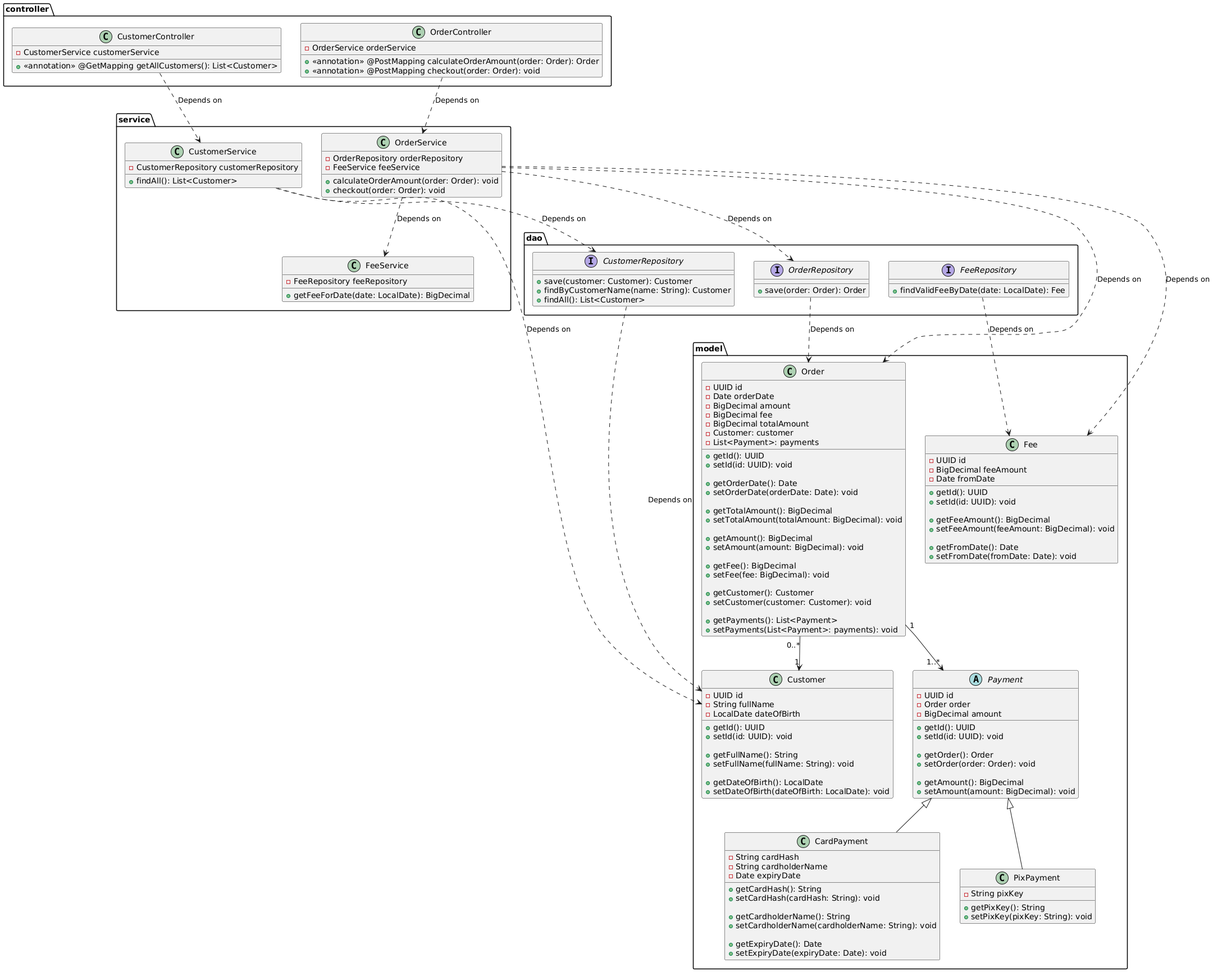
Before: payment.png, a diagram exported from PlantUML (dias-joaovictor/infnet-springapp). The source it was exported from:
```plantuml
@startuml

package model {
  class Order {
    - UUID id
    - Date orderDate
    - BigDecimal amount
    - BigDecimal fee
    - BigDecimal totalAmount
    - Customer: customer
    - List<Payment>: payments


    + getId(): UUID
    + setId(id: UUID): void

    + getOrderDate(): Date
    + setOrderDate(orderDate: Date): void

    + getTotalAmount(): BigDecimal
    + setTotalAmount(totalAmount: BigDecimal): void

    + getAmount(): BigDecimal
    + setAmount(amount: BigDecimal): void

    + getFee(): BigDecimal
    + setFee(fee: BigDecimal): void

    + getCustomer(): Customer
    + setCustomer(customer: Customer): void

    + getPayments(): List<Payment>
    + setPayments(List<Payment>: payments): void
  }

  class Customer {
    - UUID id
    - String fullName
    - LocalDate dateOfBirth


    + getId(): UUID
    + setId(id: UUID): void

    + getFullName(): String
    + setFullName(fullName: String): void

    + getDateOfBirth(): LocalDate
    + setDateOfBirth(dateOfBirth: LocalDate): void
  }

  abstract class Payment {
    - UUID id
    - Order order
    - BigDecimal amount


    + getId(): UUID
    + setId(id: UUID): void

    + getOrder(): Order
    + setOrder(order: Order): void

    + getAmount(): BigDecimal
    + setAmount(amount: BigDecimal): void
  }

  class CardPayment {
    - String cardHash
    - String cardholderName
    - Date expiryDate


    + getCardHash(): String
    + setCardHash(cardHash: String): void

    + getCardholderName(): String
    + setCardholderName(cardholderName: String): void

    + getExpiryDate(): Date
    + setExpiryDate(expiryDate: Date): void
  }

  class PixPayment {
    - String pixKey

    + getPixKey(): String
    + setPixKey(pixKey: String): void
  }

  class Fee {
    - UUID id
    - BigDecimal feeAmount
    - Date fromDate


    + getId(): UUID
    + setId(id: UUID): void

    + getFeeAmount(): BigDecimal
    + setFeeAmount(feeAmount: BigDecimal): void

    + getFromDate(): Date
    + setFromDate(fromDate: Date): void
  }

  Order "1" --> "1..*" Payment
  Order "0..*" --> "1" Customer
  Payment <|-- CardPayment
  Payment <|-- PixPayment
}

package dao {
  interface OrderRepository {
    + save(order: Order): Order
  }

  interface CustomerRepository {
    + save(customer: Customer): Customer
    + findByCustomerName(name: String): Customer
    + findAll(): List<Customer>
  }

  interface FeeRepository {
    + findValidFeeByDate(date: LocalDate): Fee
  }

  OrderRepository ..> Order : "Depends on"
  FeeRepository ..> Fee : "Depends on"
  CustomerRepository ..> Customer : "Depends on"
}

package service {

  class FeeService {
    - FeeRepository feeRepository

    + getFeeForDate(date: LocalDate): BigDecimal
  }

    class CustomerService {
    - CustomerRepository customerRepository

    + findAll(): List<Customer>
  }

  class OrderService {
    - OrderRepository orderRepository
    - FeeService feeService

    + calculateOrderAmount(order: Order): void
    + checkout(order: Order): void
  }

  OrderService ..> Order : "Depends on"
  OrderService ..> OrderRepository : "Depends on"
  OrderService ..> FeeService : "Depends on"
  OrderService ..> Fee : "Depends on"
  CustomerService ..> CustomerRepository : "Depends on"
  CustomerService ..> Customer : "Depends on"
}

package controller {
  class CustomerController{
    - CustomerService customerService

    + <<annotation>> @GetMapping getAllCustomers(): List<Customer>
  }

  class OrderController{
    - OrderService orderService

    + <<annotation>> @PostMapping calculateOrderAmount(order: Order): Order
    + <<annotation>> @PostMapping checkout(order: Order): void
  }

  OrderController ..> OrderService : "Depends on"
  CustomerController ..> CustomerService : "Depends on"
}


@enduml
```
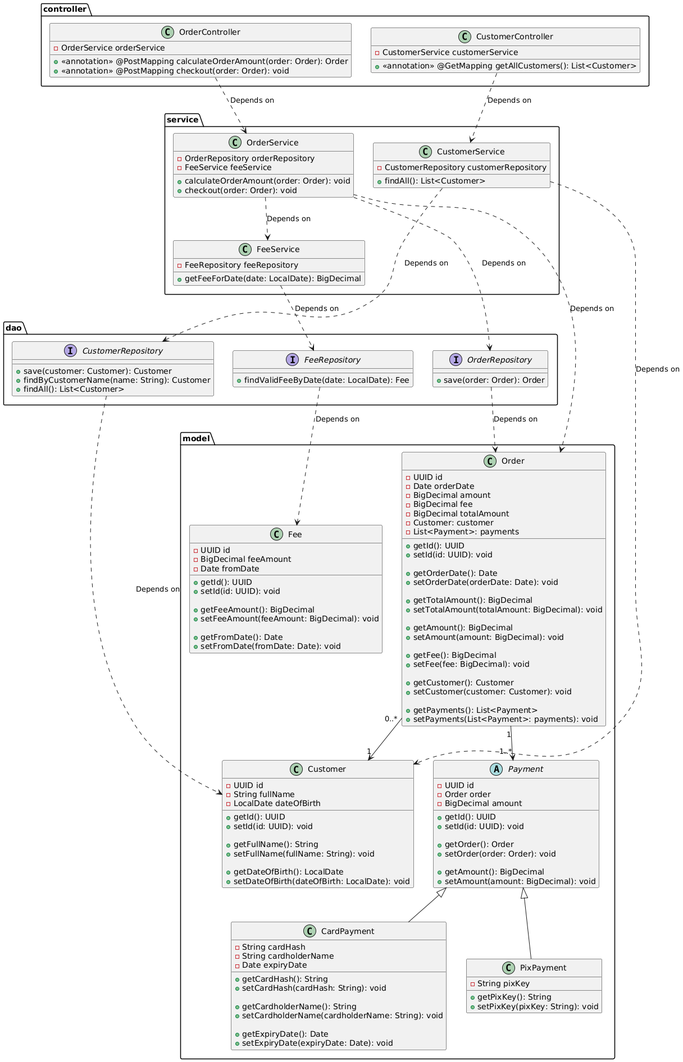
Later version of the same file.

Change to the diagram source:
```diff
@@ -155,9 +155,9 @@
   OrderService ..> Order : "Depends on"
   OrderService ..> OrderRepository : "Depends on"
   OrderService ..> FeeService : "Depends on"
-  OrderService ..> Fee : "Depends on"
   CustomerService ..> CustomerRepository : "Depends on"
   CustomerService ..> Customer : "Depends on"
+  FeeService ..> FeeRepository : "Depends on"
 }
 
 package controller {
```
